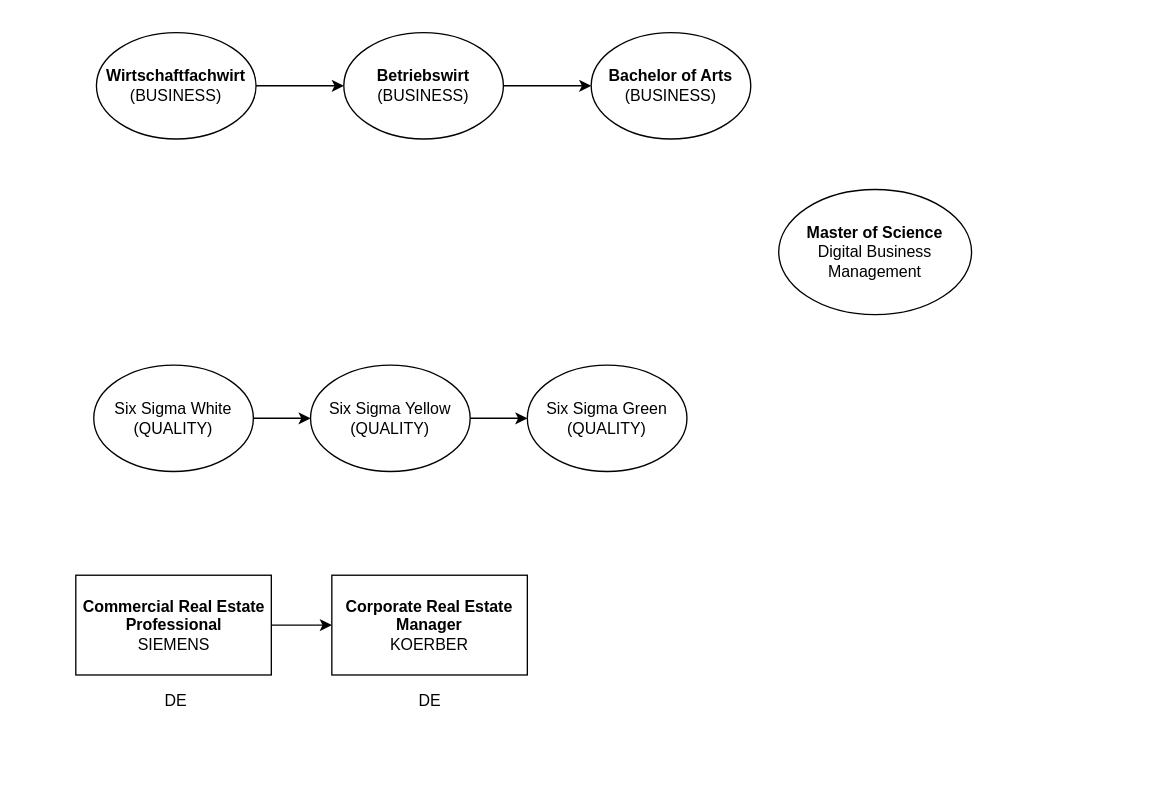
Earlier version of the draw.io diagram page "Career" (1 of 4) of Notes/My CS Roadmap.drawio (wunschzettel891/Workbench). Source tidied: cells renumbered, new cells numbered last; positions are measured from the earlier drawing's top-left corner, leaving out a move shared by most shapes. Both pictures are drawn from the tidied source at 133%, with x=0, y=0 at pixel (76, 32).
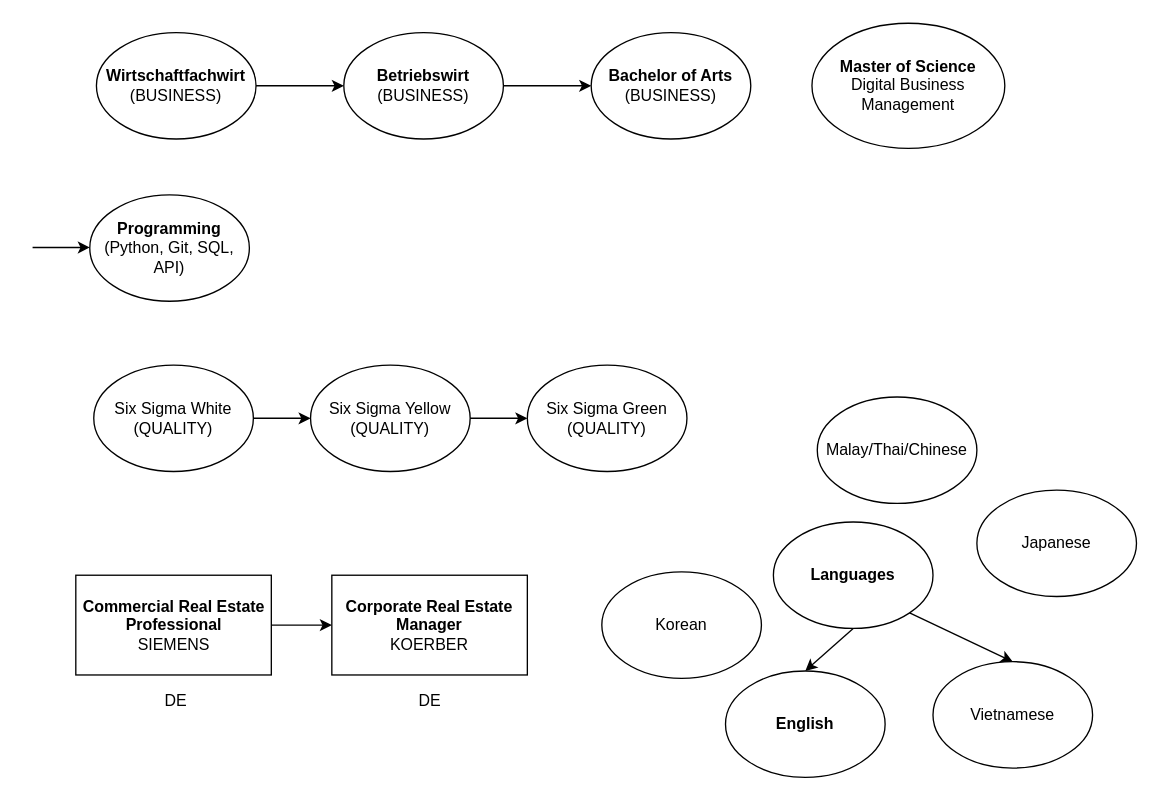
The same diagram, later.

Change to the diagram source:
```diff
@@
     <mxCell id="5" value="&lt;div&gt;&lt;b&gt;Master of Science&lt;/b&gt;&lt;/div&gt;Digital Business Management" style="ellipse;whiteSpace=wrap;html=1;fillColor=light-dark(#FFFFFF,#FFFFFF);fillStyle=solid;fontColor=light-dark(#000000,#000000);strokeColor=light-dark(#000000,#000000);" parent="1" vertex="1">
-      <mxGeometry x="528" y="118" width="145" height="94" as="geometry" />
+      <mxGeometry x="553" y="-7" width="145" height="94" as="geometry" />
     </mxCell>
@@
+    <mxCell id="18" value="&lt;b&gt;Programming&lt;/b&gt; (Python, Git, SQL, API)" style="ellipse;whiteSpace=wrap;html=1;fillColor=light-dark(#FFFFFF,#FFFF00);fillStyle=solid;fontColor=light-dark(#000000,#000000);strokeColor=light-dark(#000000,#000000);" parent="1" vertex="1">
+      <mxGeometry x="10" y="122" width="120" height="80" as="geometry" />
+    </mxCell>
+    <mxCell id="19" style="endArrow=classic;html=1;rounded=0;exitX=1;exitY=0.5;exitDx=0;exitDy=0;strokeColor=light-dark(#000000,#000000);entryX=0;entryY=0.5;entryDx=0;entryDy=0;" parent="1" edge="1">
+      <mxGeometry relative="1" as="geometry">
+        <mxPoint x="-33" y="161.6" as="sourcePoint" />
+        <mxPoint x="10" y="161.6" as="targetPoint" />
+      </mxGeometry>
+    </mxCell>
+    <mxCell id="20" value="&lt;span&gt;Language&lt;/span&gt;s" style="ellipse;whiteSpace=wrap;html=1;fillColor=light-dark(#FFFFFF,#FFCCE6);fillStyle=solid;fontColor=light-dark(#000000,#000000);strokeColor=light-dark(#000000,#000000);fontStyle=1;" parent="1" vertex="1">
+      <mxGeometry x="524" y="368" width="120" height="80" as="geometry" />
+    </mxCell>
+    <mxCell id="21" value="&lt;b&gt;English&lt;/b&gt;" style="ellipse;whiteSpace=wrap;html=1;fillColor=light-dark(#FFFFFF,#00F900);fillStyle=solid;fontColor=light-dark(#000000,#000000);strokeColor=light-dark(#000000,#000000);" parent="1" vertex="1">
+      <mxGeometry x="488" y="480" width="120" height="80" as="geometry" />
+    </mxCell>
+    <mxCell id="22" value="Vietnamese" style="ellipse;whiteSpace=wrap;html=1;fillColor=light-dark(#FFFFFF,#FFFF00);fillStyle=solid;fontColor=light-dark(#000000,#000000);strokeColor=light-dark(#000000,#000000);" parent="1" vertex="1">
+      <mxGeometry x="644" y="473" width="120" height="80" as="geometry" />
+    </mxCell>
+    <mxCell id="23" value="Japanese" style="ellipse;whiteSpace=wrap;html=1;fillColor=light-dark(#FFFFFF, #feffff);fillStyle=solid;fontColor=light-dark(#000000,#000000);strokeColor=light-dark(#000000,#000000);" parent="1" vertex="1">
+      <mxGeometry x="677" y="344" width="120" height="80" as="geometry" />
+    </mxCell>
+    <mxCell id="24" value="Korean" style="ellipse;whiteSpace=wrap;html=1;fillColor=light-dark(#FFFFFF, #feffff);fillStyle=solid;fontColor=light-dark(#000000,#000000);strokeColor=light-dark(#000000,#000000);" parent="1" vertex="1">
+      <mxGeometry x="395" y="405.5" width="120" height="80" as="geometry" />
+    </mxCell>
+    <mxCell id="25" style="endArrow=classic;html=1;rounded=0;exitX=0.5;exitY=1;exitDx=0;exitDy=0;strokeColor=light-dark(#000000,#000000);entryX=0.5;entryY=0;entryDx=0;entryDy=0;" parent="1" edge="1" source="20" target="21">
+      <mxGeometry relative="1" as="geometry" />
+    </mxCell>
+    <mxCell id="26" style="endArrow=classic;html=1;rounded=0;strokeColor=light-dark(#000000,#000000);entryX=0.5;entryY=0;entryDx=0;entryDy=0;exitX=1;exitY=1;exitDx=0;exitDy=0;" parent="1" edge="1" source="20" target="22">
+      <mxGeometry relative="1" as="geometry" />
+    </mxCell>
+    <mxCell id="27" value="Malay/Thai/Chinese" style="ellipse;whiteSpace=wrap;html=1;fillColor=light-dark(#FFFFFF, #feffff);fillStyle=solid;fontColor=light-dark(#000000,#000000);strokeColor=light-dark(#000000,#000000);" parent="1" vertex="1">
+      <mxGeometry x="557" y="274" width="120" height="80" as="geometry" />
+    </mxCell>
```
